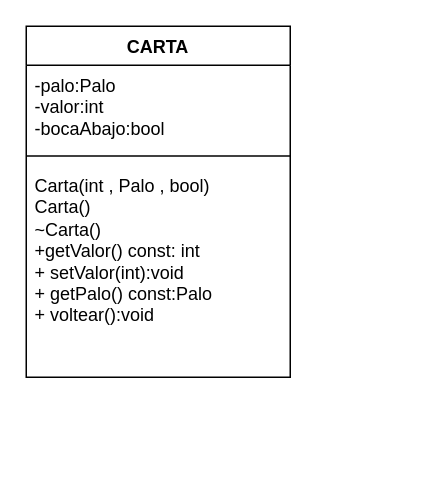
This is Proyecto p1 Blackjack/Diagrama sin título.drawio from KathSSs/Proyecto-p1-Blackjack, a draw.io file, before an edit. Source tidied: cells renumbered, new cells numbered last; positions are measured from the earlier drawing's top-left corner, leaving out a move shared by most shapes. Both pictures are drawn from the tidied source at 150%, with x=0, y=0 at pixel (26, 26).
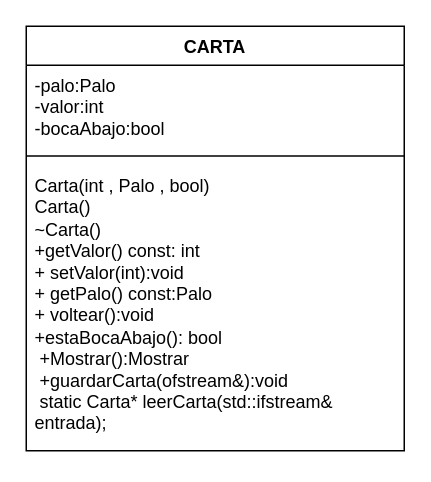
The same diagram, later.

Commit message:
Actualizar Diagrama UML.drawio

What changed in the source:
```diff
@@
 <mxGraphModel>
   <root>
     <mxCell id="0" />
     <mxCell id="1" parent="0" />
     <mxCell id="2" value="CARTA" style="swimlane;fontStyle=1;align=center;verticalAlign=top;horizontal=1;startSize=26;whiteSpace=wrap;html=1;" parent="1" vertex="1">
-      <mxGeometry width="176" height="234" as="geometry" />
+      <mxGeometry width="252" height="283" as="geometry" />
     </mxCell>
     <mxCell id="3" value="-palo:Palo&lt;br&gt;-valor:int&amp;nbsp;&lt;br&gt;-bocaAbajo:bool" style="text;strokeColor=none;fillColor=none;align=left;verticalAlign=top;spacingLeft=4;spacingRight=4;overflow=hidden;whiteSpace=wrap;html=1;" parent="2" vertex="1">
-      <mxGeometry y="26" width="176" height="54" as="geometry" />
+      <mxGeometry y="26" width="252" height="54" as="geometry" />
     </mxCell>
     <mxCell id="4" style="line;strokeWidth=1;fillColor=none;align=left;verticalAlign=middle;spacingTop=-1;spacingLeft=3;spacingRight=3;labelPosition=right;strokeColor=inherit;" parent="2" vertex="1">
-      <mxGeometry y="80" width="176" height="13" as="geometry" />
+      <mxGeometry y="80" width="252" height="13" as="geometry" />
     </mxCell>
-    <mxCell id="5" value="&lt;div&gt;Carta(int , Palo , bool)&lt;/div&gt;&lt;div&gt;Carta()&lt;/div&gt;&lt;div&gt;~Carta()&lt;/div&gt;&lt;div&gt;&lt;div&gt;+getValor() const: int&amp;nbsp;&lt;/div&gt;&lt;div&gt;+ setValor(int):void&lt;/div&gt;&lt;div&gt;+ getPalo() const:Palo&amp;nbsp;&lt;/div&gt;&lt;div&gt;+ voltear():void&lt;/div&gt;&lt;/div&gt;" style="text;strokeColor=none;fillColor=none;align=left;verticalAlign=top;spacingLeft=4;spacingRight=4;overflow=hidden;whiteSpace=wrap;html=1;" parent="2" vertex="1">
-      <mxGeometry y="93" width="176" height="141" as="geometry" />
+    <mxCell id="5" value="&lt;div&gt;Carta(int , Palo , bool)&lt;/div&gt;&lt;div&gt;Carta()&lt;/div&gt;&lt;div&gt;~Carta()&lt;/div&gt;&lt;div&gt;&lt;div&gt;+getValor() const: int&amp;nbsp;&lt;/div&gt;&lt;div&gt;+ setValor(int):void&lt;/div&gt;&lt;div&gt;+ getPalo() const:Palo&amp;nbsp;&lt;/div&gt;&lt;div&gt;+ voltear():void&lt;/div&gt;&lt;/div&gt;&lt;div&gt;&lt;div&gt;+estaBocaAbajo(): bool&lt;/div&gt;&lt;div&gt;&amp;nbsp;+Mostrar():Mostrar&lt;/div&gt;&lt;div&gt;&amp;nbsp;+guardarCarta(ofstream&amp;amp;):void&lt;/div&gt;&lt;div&gt;&amp;nbsp;static Carta* leerCarta(std::ifstream&amp;amp; entrada);&lt;/div&gt;&lt;/div&gt;" style="text;strokeColor=none;fillColor=none;align=left;verticalAlign=top;spacingLeft=4;spacingRight=4;overflow=hidden;whiteSpace=wrap;html=1;" parent="2" vertex="1">
+      <mxGeometry y="93" width="252" height="190" as="geometry" />
     </mxCell>
   </root>
 </mxGraphModel>
```
